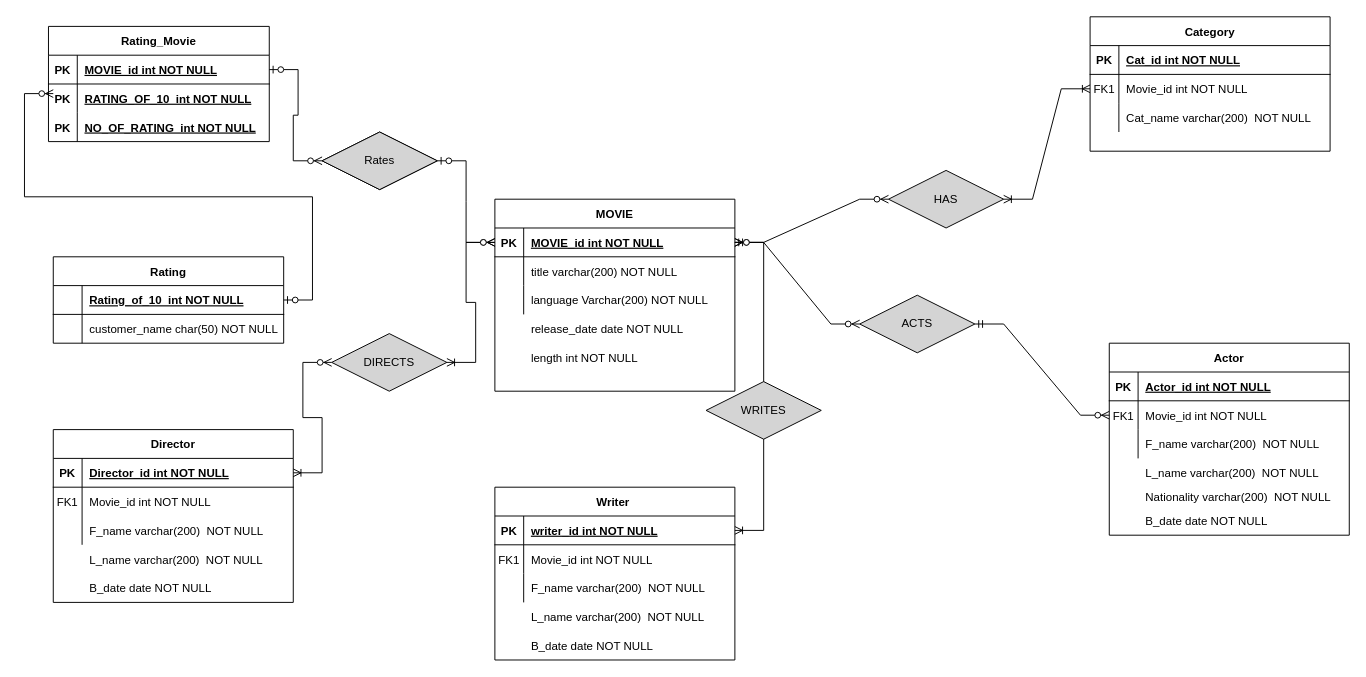
Before: PROJECT ERD.drawio in AHMEDNASR281/SQL-QUERIES-PROJECT-, a draw.io diagram. Source tidied: cells renumbered, new cells numbered last; positions are measured from the earlier drawing's top-left corner, leaving out a move shared by most shapes. Both pictures are drawn from the tidied source at 96%, with x=0, y=0 at pixel (48, 16).
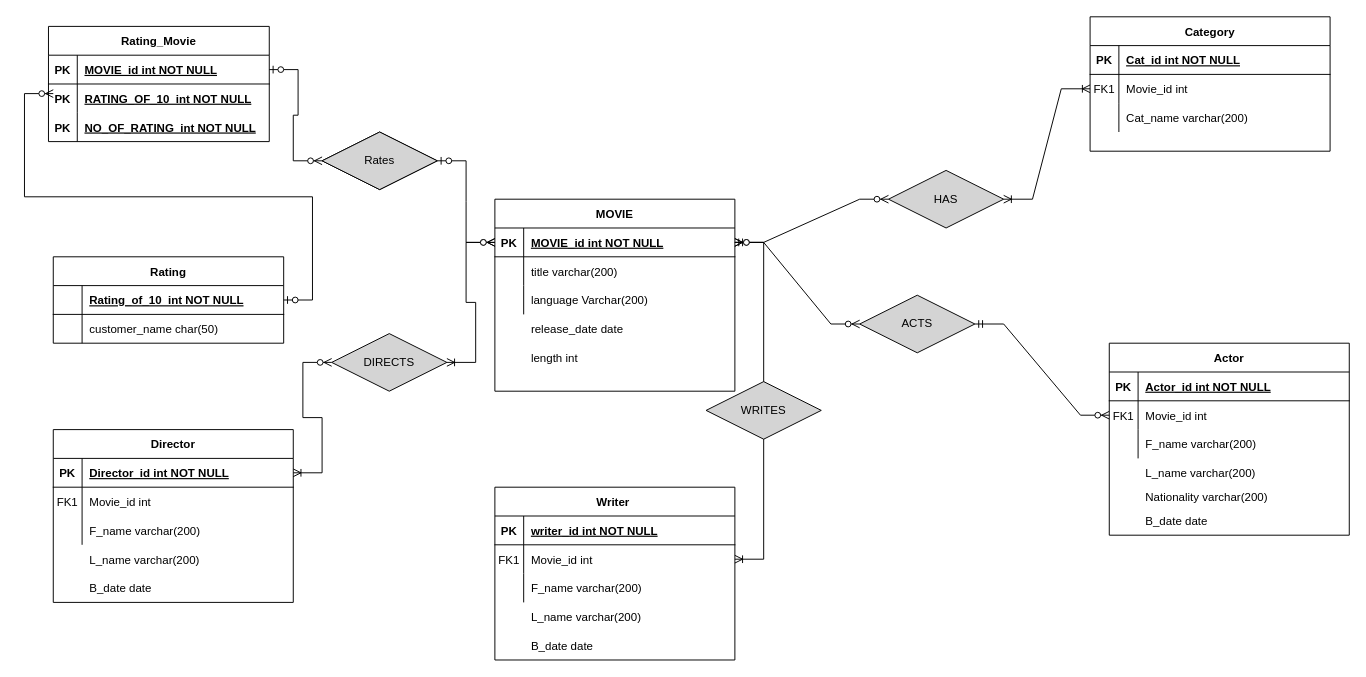
The same diagram, later.

The change refers to these unchanged cells:
```xml
<mxCell id="3" style="shape=partialRectangle;fillColor=none;points=[[0,0.5],[1,0.5]];portConstraint=eastwest;top=0;left=0;right=0;bottom=1;" parent="2" vertex="1">
  <mxGeometry y="30" width="250" height="30" as="geometry" />
</mxCell>
<mxCell id="6" style="shape=partialRectangle;fillColor=none;top=0;left=0;right=0;bottom=0;" parent="2" vertex="1">
  <mxGeometry y="60" width="250" height="30" as="geometry" />
</mxCell>
<mxCell id="9" style="shape=partialRectangle;fillColor=none;top=0;left=0;right=0;bottom=0;" parent="2" vertex="1">
  <mxGeometry y="90" width="250" height="30" as="geometry" />
</mxCell>
<mxCell id="13" style="shape=partialRectangle;fillColor=none;points=[[0,0.5],[1,0.5]];portConstraint=eastwest;top=0;left=0;right=0;bottom=1;" parent="12" vertex="1">
  <mxGeometry y="30" width="250" height="30" as="geometry" />
</mxCell>
<mxCell id="16" style="shape=partialRectangle;fillColor=none;points=[[0,0.5],[1,0.5]];portConstraint=eastwest;top=0;left=0;right=0;bottom=0;" parent="12" vertex="1">
  <mxGeometry y="60" width="250" height="30" as="geometry" />
</mxCell>
<mxCell id="19" style="shape=partialRectangle;fillColor=none;top=0;left=0;right=0;bottom=0;" parent="12" vertex="1">
  <mxGeometry y="90" width="250" height="30" as="geometry" />
</mxCell>
<mxCell id="30" style="shape=partialRectangle;fillColor=none;top=0;left=0;right=0;bottom=0;" parent="26" vertex="1">
  <mxGeometry y="60" width="250" height="30" as="geometry" />
</mxCell>
<mxCell id="33" style="shape=partialRectangle;fillColor=none;top=0;left=0;right=0;bottom=0;" parent="26" vertex="1">
  <mxGeometry y="90" width="250" height="30" as="geometry" />
</mxCell>
<mxCell id="42" style="shape=partialRectangle;fillColor=none;top=0;left=0;right=0;bottom=0;" parent="38" vertex="1">
  <mxGeometry y="60" width="240" height="30" as="geometry" />
</mxCell>
<mxCell id="63" style="shape=partialRectangle;fillColor=none;points=[[0,0.5],[1,0.5]];portConstraint=eastwest;top=0;left=0;right=0;bottom=0;" parent="59" vertex="1">
  <mxGeometry y="60" width="250" height="30" as="geometry" />
</mxCell>
<mxCell id="66" style="shape=partialRectangle;fillColor=none;top=0;left=0;right=0;bottom=0;" parent="59" vertex="1">
  <mxGeometry y="90" width="250" height="30" as="geometry" />
</mxCell>
<mxCell id="73" style="shape=partialRectangle;fillColor=none;points=[[0,0.5],[1,0.5]];portConstraint=eastwest;top=0;left=0;right=0;bottom=0;" parent="69" vertex="1">
  <mxGeometry y="60" width="250" height="30" as="geometry" />
</mxCell>
<mxCell id="76" style="shape=partialRectangle;fillColor=none;top=0;left=0;right=0;bottom=0;" parent="69" vertex="1">
  <mxGeometry y="90" width="250" height="30" as="geometry" />
</mxCell>
```

Diff of the diagram source:
```diff
@@
-    <mxCell id="8" value="title varchar(200) NOT NULL" style="shape=partialRectangle;overflow=hidden;fillColor=none;top=0;left=0;bottom=0;right=0;align=left;spacingLeft=6;" parent="6" vertex="1">
+    <mxCell id="8" value="title varchar(200) " style="shape=partialRectangle;overflow=hidden;fillColor=none;top=0;left=0;bottom=0;right=0;align=left;spacingLeft=6;" parent="6" vertex="1">
       <mxGeometry x="30" width="220" height="30" as="geometry" />
     </mxCell>
@@
-    <mxCell id="11" value="language Varchar(200) NOT NULL" style="shape=partialRectangle;overflow=hidden;fillColor=none;top=0;left=0;bottom=0;right=0;align=left;spacingLeft=6;" parent="9" vertex="1">
+    <mxCell id="11" value="language Varchar(200) " style="shape=partialRectangle;overflow=hidden;fillColor=none;top=0;left=0;bottom=0;right=0;align=left;spacingLeft=6;" parent="9" vertex="1">
       <mxGeometry x="30" width="220" height="30" as="geometry" />
     </mxCell>
@@
-    <mxCell id="18" value="Movie_id int NOT NULL" style="shape=partialRectangle;overflow=hidden;fillColor=none;top=0;left=0;bottom=0;right=0;align=left;spacingLeft=6;" parent="16" vertex="1">
+    <mxCell id="18" value="Movie_id int " style="shape=partialRectangle;overflow=hidden;fillColor=none;top=0;left=0;bottom=0;right=0;align=left;spacingLeft=6;" parent="16" vertex="1">
       <mxGeometry x="30" width="220" height="30" as="geometry" />
     </mxCell>
@@
-    <mxCell id="21" value="F_name varchar(200)  NOT NULL" style="shape=partialRectangle;overflow=hidden;fillColor=none;top=0;left=0;bottom=0;right=0;align=left;spacingLeft=6;" parent="19" vertex="1">
+    <mxCell id="21" value="F_name varchar(200)  " style="shape=partialRectangle;overflow=hidden;fillColor=none;top=0;left=0;bottom=0;right=0;align=left;spacingLeft=6;" parent="19" vertex="1">
       <mxGeometry x="30" width="220" height="30" as="geometry" />
     </mxCell>
-    <mxCell id="22" value="release_date date NOT NULL" style="shape=partialRectangle;overflow=hidden;fillColor=none;top=0;left=0;bottom=0;right=0;align=left;spacingLeft=6;" parent="1" vertex="1">
+    <mxCell id="22" value="release_date date " style="shape=partialRectangle;overflow=hidden;fillColor=none;top=0;left=0;bottom=0;right=0;align=left;spacingLeft=6;" parent="1" vertex="1">
       <mxGeometry x="495" y="310" width="220" height="30" as="geometry" />
     </mxCell>
-    <mxCell id="23" value="length int NOT NULL" style="shape=partialRectangle;overflow=hidden;fillColor=none;top=0;left=0;bottom=0;right=0;align=left;spacingLeft=6;" parent="1" vertex="1">
+    <mxCell id="23" value="length int " style="shape=partialRectangle;overflow=hidden;fillColor=none;top=0;left=0;bottom=0;right=0;align=left;spacingLeft=6;" parent="1" vertex="1">
       <mxGeometry x="495" y="340" width="220" height="30" as="geometry" />
     </mxCell>
-    <mxCell id="24" value="B_date date NOT NULL" style="shape=partialRectangle;overflow=hidden;fillColor=none;top=0;left=0;bottom=0;right=0;align=left;spacingLeft=6;" parent="1" vertex="1">
+    <mxCell id="24" value="B_date date " style="shape=partialRectangle;overflow=hidden;fillColor=none;top=0;left=0;bottom=0;right=0;align=left;spacingLeft=6;" parent="1" vertex="1">
       <mxGeometry x="495" y="640" width="220" height="30" as="geometry" />
     </mxCell>
-    <mxCell id="25" value="L_name varchar(200)  NOT NULL" style="shape=partialRectangle;overflow=hidden;fillColor=none;top=0;left=0;bottom=0;right=0;align=left;spacingLeft=6;" parent="1" vertex="1">
+    <mxCell id="25" value="L_name varchar(200)  " style="shape=partialRectangle;overflow=hidden;fillColor=none;top=0;left=0;bottom=0;right=0;align=left;spacingLeft=6;" parent="1" vertex="1">
       <mxGeometry x="495" y="610" width="220" height="30" as="geometry" />
     </mxCell>
@@
-    <mxCell id="32" value="Movie_id int NOT NULL" style="shape=partialRectangle;overflow=hidden;fillColor=none;top=0;left=0;bottom=0;right=0;align=left;spacingLeft=6;" parent="30" vertex="1">
+    <mxCell id="32" value="Movie_id int " style="shape=partialRectangle;overflow=hidden;fillColor=none;top=0;left=0;bottom=0;right=0;align=left;spacingLeft=6;" parent="30" vertex="1">
       <mxGeometry x="30" width="220" height="30" as="geometry" />
     </mxCell>
@@
-    <mxCell id="35" value="F_name varchar(200)  NOT NULL" style="shape=partialRectangle;overflow=hidden;fillColor=none;top=0;left=0;bottom=0;right=0;align=left;spacingLeft=6;" parent="33" vertex="1">
+    <mxCell id="35" value="F_name varchar(200)  " style="shape=partialRectangle;overflow=hidden;fillColor=none;top=0;left=0;bottom=0;right=0;align=left;spacingLeft=6;" parent="33" vertex="1">
       <mxGeometry x="30" width="220" height="30" as="geometry" />
     </mxCell>
-    <mxCell id="36" value="L_name varchar(200)  NOT NULL" style="shape=partialRectangle;overflow=hidden;fillColor=none;top=0;left=0;bottom=0;right=0;align=left;spacingLeft=6;" parent="1" vertex="1">
+    <mxCell id="36" value="L_name varchar(200)  " style="shape=partialRectangle;overflow=hidden;fillColor=none;top=0;left=0;bottom=0;right=0;align=left;spacingLeft=6;" parent="1" vertex="1">
       <mxGeometry x="35" y="550" width="220" height="30" as="geometry" />
     </mxCell>
-    <mxCell id="37" value="B_date date NOT NULL" style="shape=partialRectangle;overflow=hidden;fillColor=none;top=0;left=0;bottom=0;right=0;align=left;spacingLeft=6;" parent="1" vertex="1">
+    <mxCell id="37" value="B_date date " style="shape=partialRectangle;overflow=hidden;fillColor=none;top=0;left=0;bottom=0;right=0;align=left;spacingLeft=6;" parent="1" vertex="1">
       <mxGeometry x="35" y="580" width="220" height="30" as="geometry" />
     </mxCell>
@@
-    <mxCell id="44" value="customer_name char(50) NOT NULL" style="shape=partialRectangle;overflow=hidden;fillColor=none;top=0;left=0;bottom=0;right=0;align=left;spacingLeft=6;" parent="42" vertex="1">
+    <mxCell id="44" value="customer_name char(50) " style="shape=partialRectangle;overflow=hidden;fillColor=none;top=0;left=0;bottom=0;right=0;align=left;spacingLeft=6;" parent="42" vertex="1">
       <mxGeometry x="30" width="210" height="30" as="geometry" />
     </mxCell>
@@
-    <mxCell id="65" value="Movie_id int NOT NULL" style="shape=partialRectangle;overflow=hidden;fillColor=none;top=0;left=0;bottom=0;right=0;align=left;spacingLeft=6;" parent="63" vertex="1">
+    <mxCell id="65" value="Movie_id int " style="shape=partialRectangle;overflow=hidden;fillColor=none;top=0;left=0;bottom=0;right=0;align=left;spacingLeft=6;" parent="63" vertex="1">
       <mxGeometry x="30" width="220" height="30" as="geometry" />
     </mxCell>
@@
-    <mxCell id="68" value="Cat_name varchar(200)  NOT NULL" style="shape=partialRectangle;overflow=hidden;fillColor=none;top=0;left=0;bottom=0;right=0;align=left;spacingLeft=6;" parent="66" vertex="1">
+    <mxCell id="68" value="Cat_name varchar(200)  " style="shape=partialRectangle;overflow=hidden;fillColor=none;top=0;left=0;bottom=0;right=0;align=left;spacingLeft=6;" parent="66" vertex="1">
       <mxGeometry x="30" width="220" height="30" as="geometry" />
     </mxCell>
@@
-    <mxCell id="75" value="Movie_id int NOT NULL" style="shape=partialRectangle;overflow=hidden;fillColor=none;top=0;left=0;bottom=0;right=0;align=left;spacingLeft=6;" parent="73" vertex="1">
+    <mxCell id="75" value="Movie_id int " style="shape=partialRectangle;overflow=hidden;fillColor=none;top=0;left=0;bottom=0;right=0;align=left;spacingLeft=6;" parent="73" vertex="1">
       <mxGeometry x="30" width="220" height="30" as="geometry" />
     </mxCell>
@@
-    <mxCell id="78" value="F_name varchar(200)  NOT NULL" style="shape=partialRectangle;overflow=hidden;fillColor=none;top=0;left=0;bottom=0;right=0;align=left;spacingLeft=6;" parent="76" vertex="1">
+    <mxCell id="78" value="F_name varchar(200)  " style="shape=partialRectangle;overflow=hidden;fillColor=none;top=0;left=0;bottom=0;right=0;align=left;spacingLeft=6;" parent="76" vertex="1">
       <mxGeometry x="30" width="220" height="30" as="geometry" />
     </mxCell>
-    <mxCell id="79" value="L_name varchar(200)  NOT NULL" style="shape=partialRectangle;overflow=hidden;fillColor=none;top=0;left=0;bottom=0;right=0;align=left;spacingLeft=6;" parent="1" vertex="1">
+    <mxCell id="79" value="L_name varchar(200)  " style="shape=partialRectangle;overflow=hidden;fillColor=none;top=0;left=0;bottom=0;right=0;align=left;spacingLeft=6;" parent="1" vertex="1">
       <mxGeometry x="1135" y="460" width="220" height="30" as="geometry" />
     </mxCell>
-    <mxCell id="80" value="Nationality varchar(200)  NOT NULL" style="shape=partialRectangle;overflow=hidden;fillColor=none;top=0;left=0;bottom=0;right=0;align=left;spacingLeft=6;" parent="1" vertex="1">
+    <mxCell id="80" value="Nationality varchar(200)  " style="shape=partialRectangle;overflow=hidden;fillColor=none;top=0;left=0;bottom=0;right=0;align=left;spacingLeft=6;" parent="1" vertex="1">
       <mxGeometry x="1135" y="490" width="220" height="20" as="geometry" />
     </mxCell>
-    <mxCell id="81" value="B_date date NOT NULL" style="shape=partialRectangle;overflow=hidden;fillColor=none;top=0;left=0;bottom=0;right=0;align=left;spacingLeft=6;" parent="1" vertex="1">
+    <mxCell id="81" value="B_date date " style="shape=partialRectangle;overflow=hidden;fillColor=none;top=0;left=0;bottom=0;right=0;align=left;spacingLeft=6;" parent="1" vertex="1">
       <mxGeometry x="1135" y="510" width="220" height="30" as="geometry" />
     </mxCell>
@@
-    <mxCell id="92" style="edgeStyle=entityRelationEdgeStyle;fontSize=12;html=1;endArrow=ERoneToMany;startArrow=ERzeroToMany;rounded=0;entryX=1;entryY=0.5;entryDx=0;entryDy=0;" parent="1" edge="1" source="3" target="13">
+    <mxCell id="92" style="edgeStyle=entityRelationEdgeStyle;fontSize=12;html=1;endArrow=ERoneToMany;startArrow=ERzeroToMany;rounded=0;" parent="1" edge="1" source="3" target="16">
       <mxGeometry relative="1" as="geometry">
         <Array as="points">
           <mxPoint x="975" y="520" />
         </Array>
       </mxGeometry>
     </mxCell>
```
